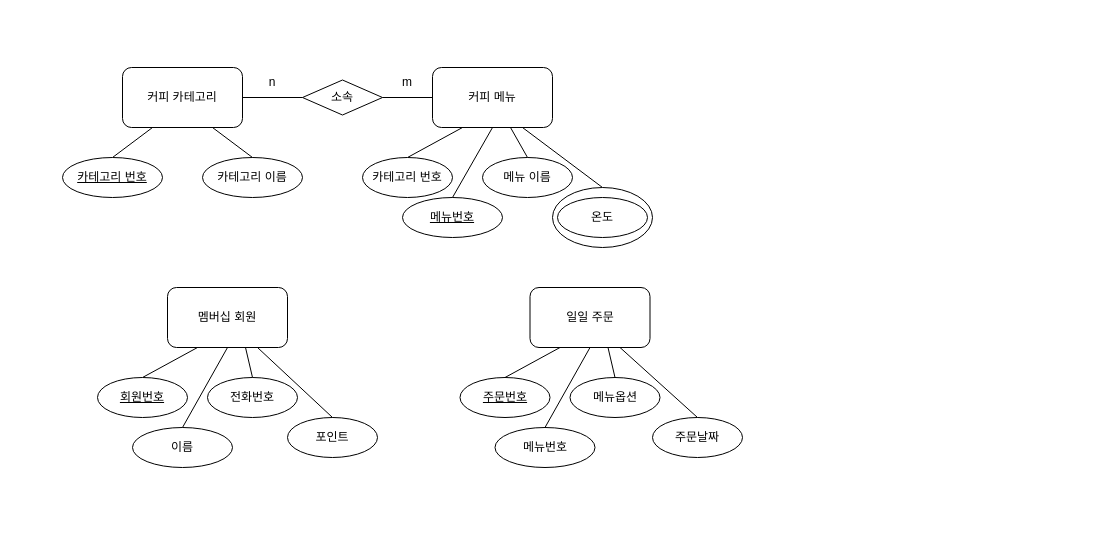
Above: cafe.drawio in jdohun/22-1Database (draw.io), before the change. Source tidied: cells renumbered, new cells numbered last; positions are measured from the earlier drawing's top-left corner, leaving out a move shared by most shapes. Both pictures are drawn from the tidied source at 100%, with x=0, y=0 at pixel (62, 67).
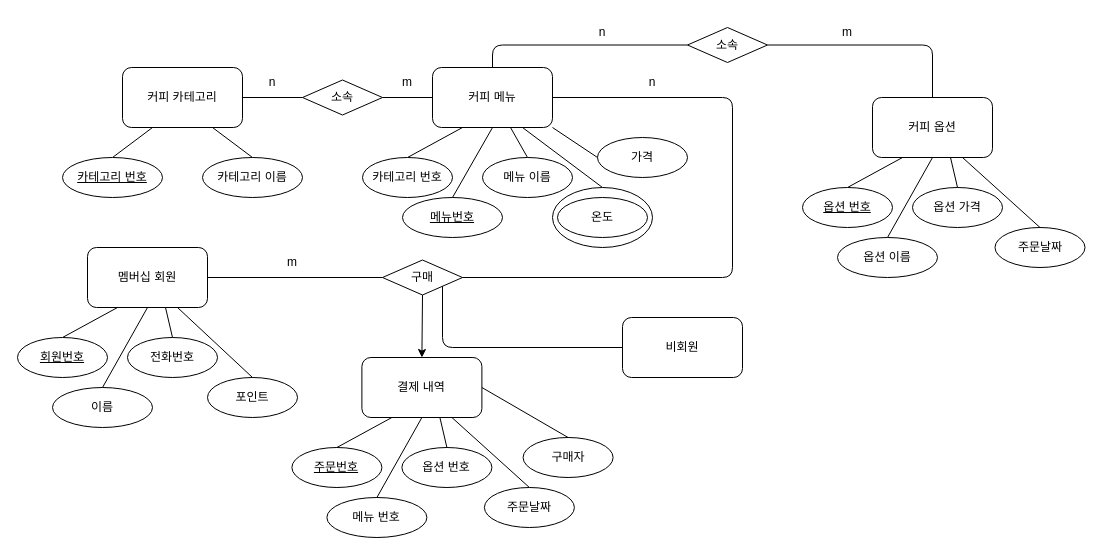
After the change.

The change refers to these unchanged cells:
```xml
<mxCell id="7" value="커피 메뉴" style="rounded=1;whiteSpace=wrap;html=1;" parent="1" vertex="1">
  <mxGeometry x="370" width="120" height="60" as="geometry" />
</mxCell>
```

The edit, as a diff of the source:
```diff
@@
     <mxCell id="18" value="멤버십 회원" style="rounded=1;whiteSpace=wrap;html=1;" parent="1" vertex="1">
-      <mxGeometry x="105" y="220" width="120" height="60" as="geometry" />
+      <mxGeometry x="25" y="180" width="120" height="60" as="geometry" />
     </mxCell>
@@
     <mxCell id="20" value="&lt;u&gt;회원번호&lt;/u&gt;" style="ellipse;whiteSpace=wrap;html=1;rounded=0;" parent="1" vertex="1">
-      <mxGeometry x="35" y="310" width="90" height="40" as="geometry" />
+      <mxGeometry x="-45" y="270" width="90" height="40" as="geometry" />
     </mxCell>
     <mxCell id="21" value="이름" style="ellipse;whiteSpace=wrap;html=1;rounded=0;" parent="1" vertex="1">
-      <mxGeometry x="70" y="360" width="100" height="40" as="geometry" />
+      <mxGeometry x="-10" y="320" width="100" height="40" as="geometry" />
     </mxCell>
@@
     <mxCell id="23" value="전화번호" style="ellipse;whiteSpace=wrap;html=1;rounded=0;" parent="1" vertex="1">
-      <mxGeometry x="145" y="310" width="90" height="40" as="geometry" />
+      <mxGeometry x="65" y="270" width="90" height="40" as="geometry" />
     </mxCell>
     <mxCell id="24" value="포인트" style="ellipse;whiteSpace=wrap;html=1;rounded=0;" parent="1" vertex="1">
-      <mxGeometry x="225" y="350" width="90" height="40" as="geometry" />
+      <mxGeometry x="145" y="310" width="90" height="40" as="geometry" />
     </mxCell>
@@
-    <mxCell id="31" value="일일 주문" style="rounded=1;whiteSpace=wrap;html=1;" parent="1" vertex="1">
-      <mxGeometry x="467.5" y="220" width="120" height="60" as="geometry" />
+    <mxCell id="31" value="결제 내역" style="rounded=1;whiteSpace=wrap;html=1;" parent="1" vertex="1">
+      <mxGeometry x="299.4" y="290" width="120" height="60" as="geometry" />
     </mxCell>
@@
     <mxCell id="33" value="&lt;u&gt;주문번호&lt;/u&gt;" style="ellipse;whiteSpace=wrap;html=1;rounded=0;" parent="1" vertex="1">
-      <mxGeometry x="397.5" y="310" width="90" height="40" as="geometry" />
+      <mxGeometry x="229.4" y="380" width="90" height="40" as="geometry" />
     </mxCell>
-    <mxCell id="34" value="메뉴번호" style="ellipse;whiteSpace=wrap;html=1;rounded=0;" parent="1" vertex="1">
-      <mxGeometry x="432.5" y="360" width="100" height="40" as="geometry" />
+    <mxCell id="34" value="메뉴 번호" style="ellipse;whiteSpace=wrap;html=1;rounded=0;" parent="1" vertex="1">
+      <mxGeometry x="264.4" y="430" width="100" height="40" as="geometry" />
     </mxCell>
@@
-    <mxCell id="36" value="메뉴옵션" style="ellipse;whiteSpace=wrap;html=1;rounded=0;" parent="1" vertex="1">
-      <mxGeometry x="507.5" y="310" width="90" height="40" as="geometry" />
+    <mxCell id="36" value="옵션 번호" style="ellipse;whiteSpace=wrap;html=1;rounded=0;" parent="1" vertex="1">
+      <mxGeometry x="339.4" y="380" width="90" height="40" as="geometry" />
     </mxCell>
     <mxCell id="37" value="주문날짜" style="ellipse;whiteSpace=wrap;html=1;rounded=0;" parent="1" vertex="1">
-      <mxGeometry x="590" y="350" width="90" height="40" as="geometry" />
+      <mxGeometry x="421.9" y="420" width="90" height="40" as="geometry" />
     </mxCell>
@@
+    <mxCell id="40" value="구매" style="rhombus;whiteSpace=wrap;html=1;rounded=0;" parent="1" vertex="1">
+      <mxGeometry x="320" y="192.5" width="80" height="35" as="geometry" />
+    </mxCell>
+    <mxCell id="41" style="endArrow=none;html=1;exitX=1;exitY=0.5;exitDx=0;exitDy=0;entryX=0;entryY=0.5;entryDx=0;entryDy=0;" parent="1" edge="1" source="18" target="40">
+      <mxGeometry relative="1" as="geometry" />
+    </mxCell>
+    <mxCell id="42" style="endArrow=none;html=1;exitX=1;exitY=0.5;exitDx=0;exitDy=0;entryX=1;entryY=0.5;entryDx=0;entryDy=0;edgeStyle=orthogonalEdgeStyle;" parent="1" edge="1" source="7" target="40">
+      <mxGeometry relative="1" as="geometry">
+        <Array as="points">
+          <mxPoint x="670" y="30" />
+          <mxPoint x="670" y="210" />
+        </Array>
+      </mxGeometry>
+    </mxCell>
+    <mxCell id="43" value="n" style="text;html=1;strokeColor=none;fillColor=none;align=center;verticalAlign=middle;whiteSpace=wrap;rounded=0;" parent="1" vertex="1">
+      <mxGeometry x="560" width="60" height="30" as="geometry" />
+    </mxCell>
+    <mxCell id="44" value="m" style="text;html=1;strokeColor=none;fillColor=none;align=center;verticalAlign=middle;whiteSpace=wrap;rounded=0;" parent="1" vertex="1">
+      <mxGeometry x="200" y="180" width="60" height="30" as="geometry" />
+    </mxCell>
+    <mxCell id="45" value="커피 옵션" style="rounded=1;whiteSpace=wrap;html=1;" parent="1" vertex="1">
+      <mxGeometry x="810" y="30" width="120" height="60" as="geometry" />
+    </mxCell>
+    <mxCell id="46" style="endArrow=none;html=1;rounded=0;exitX=0.5;exitY=0;exitDx=0;exitDy=0;entryX=0.25;entryY=1;entryDx=0;entryDy=0;" parent="1" edge="1" source="47" target="45">
+      <mxGeometry relative="1" as="geometry" />
+    </mxCell>
+    <mxCell id="47" value="&lt;u&gt;옵션 번호&lt;/u&gt;" style="ellipse;whiteSpace=wrap;html=1;rounded=0;" parent="1" vertex="1">
+      <mxGeometry x="740" y="120" width="90" height="40" as="geometry" />
+    </mxCell>
+    <mxCell id="48" value="옵션 이름" style="ellipse;whiteSpace=wrap;html=1;rounded=0;" parent="1" vertex="1">
+      <mxGeometry x="775" y="170" width="100" height="40" as="geometry" />
+    </mxCell>
+    <mxCell id="49" style="endArrow=none;html=1;rounded=0;exitX=0.5;exitY=0;exitDx=0;exitDy=0;entryX=0.5;entryY=1;entryDx=0;entryDy=0;" parent="1" edge="1" source="48" target="45">
+      <mxGeometry relative="1" as="geometry" />
+    </mxCell>
+    <mxCell id="50" value="옵션 가격" style="ellipse;whiteSpace=wrap;html=1;rounded=0;" parent="1" vertex="1">
+      <mxGeometry x="850" y="120" width="90" height="40" as="geometry" />
+    </mxCell>
+    <mxCell id="51" value="주문날짜" style="ellipse;whiteSpace=wrap;html=1;rounded=0;" parent="1" vertex="1">
+      <mxGeometry x="932.5" y="160" width="90" height="40" as="geometry" />
+    </mxCell>
+    <mxCell id="52" style="endArrow=none;html=1;rounded=0;entryX=0.5;entryY=0;entryDx=0;entryDy=0;exitX=0.65;exitY=1;exitDx=0;exitDy=0;exitPerimeter=0;" parent="1" edge="1" source="45" target="50">
+      <mxGeometry relative="1" as="geometry" />
+    </mxCell>
+    <mxCell id="53" style="endArrow=none;html=1;rounded=0;entryX=0.5;entryY=0;entryDx=0;entryDy=0;exitX=0.75;exitY=1;exitDx=0;exitDy=0;" parent="1" edge="1" source="45" target="51">
+      <mxGeometry relative="1" as="geometry" />
+    </mxCell>
+    <mxCell id="54" value="가격" style="ellipse;whiteSpace=wrap;html=1;rounded=0;" parent="1" vertex="1">
+      <mxGeometry x="535" y="70" width="90" height="40" as="geometry" />
+    </mxCell>
+    <mxCell id="55" style="endArrow=none;html=1;rounded=0;entryX=0;entryY=0.5;entryDx=0;entryDy=0;exitX=1;exitY=1;exitDx=0;exitDy=0;" parent="1" edge="1" source="7" target="54">
+      <mxGeometry relative="1" as="geometry" />
+    </mxCell>
+    <mxCell id="56" style="endArrow=none;html=1;entryX=0;entryY=0.5;entryDx=0;entryDy=0;exitX=1;exitY=1;exitDx=0;exitDy=0;edgeStyle=orthogonalEdgeStyle;" parent="1" edge="1" source="40" target="62">
+      <mxGeometry relative="1" as="geometry">
+        <Array as="points">
+          <mxPoint x="380" y="280" />
+        </Array>
+      </mxGeometry>
+    </mxCell>
+    <mxCell id="57" value="소속" style="rhombus;whiteSpace=wrap;html=1;rounded=0;" parent="1" vertex="1">
+      <mxGeometry x="625" y="-40" width="80" height="35" as="geometry" />
+    </mxCell>
+    <mxCell id="58" style="endArrow=none;html=1;exitX=0.5;exitY=0;exitDx=0;exitDy=0;entryX=0;entryY=0.5;entryDx=0;entryDy=0;edgeStyle=orthogonalEdgeStyle;" parent="1" edge="1" source="7" target="57">
+      <mxGeometry relative="1" as="geometry" />
+    </mxCell>
+    <mxCell id="59" style="endArrow=none;html=1;exitX=0.5;exitY=0;exitDx=0;exitDy=0;entryX=1;entryY=0.5;entryDx=0;entryDy=0;edgeStyle=orthogonalEdgeStyle;" parent="1" edge="1" source="45" target="57">
+      <mxGeometry relative="1" as="geometry" />
+    </mxCell>
+    <mxCell id="60" value="n" style="text;html=1;strokeColor=none;fillColor=none;align=center;verticalAlign=middle;whiteSpace=wrap;rounded=0;" parent="1" vertex="1">
+      <mxGeometry x="510" y="-50" width="60" height="30" as="geometry" />
+    </mxCell>
+    <mxCell id="61" value="m" style="text;html=1;strokeColor=none;fillColor=none;align=center;verticalAlign=middle;whiteSpace=wrap;rounded=0;" parent="1" vertex="1">
+      <mxGeometry x="755" y="-50" width="60" height="30" as="geometry" />
+    </mxCell>
+    <mxCell id="62" value="비회원" style="rounded=1;whiteSpace=wrap;html=1;" parent="1" vertex="1">
+      <mxGeometry x="560" y="250" width="120" height="60" as="geometry" />
+    </mxCell>
+    <mxCell id="63" value="구매자" style="ellipse;whiteSpace=wrap;html=1;rounded=0;" parent="1" vertex="1">
+      <mxGeometry x="460.6" y="370" width="90" height="40" as="geometry" />
+    </mxCell>
+    <mxCell id="64" style="endArrow=none;html=1;exitX=0.5;exitY=0;exitDx=0;exitDy=0;entryX=1;entryY=0.5;entryDx=0;entryDy=0;" parent="1" edge="1" source="63" target="31">
+      <mxGeometry relative="1" as="geometry" />
+    </mxCell>
+    <mxCell id="65" style="endArrow=none;html=1;exitX=0.5;exitY=0;exitDx=0;exitDy=0;entryX=0.5;entryY=1;entryDx=0;entryDy=0;startArrow=classic;startFill=1;" parent="1" edge="1" source="31" target="40">
+      <mxGeometry relative="1" as="geometry" />
+    </mxCell>
```
